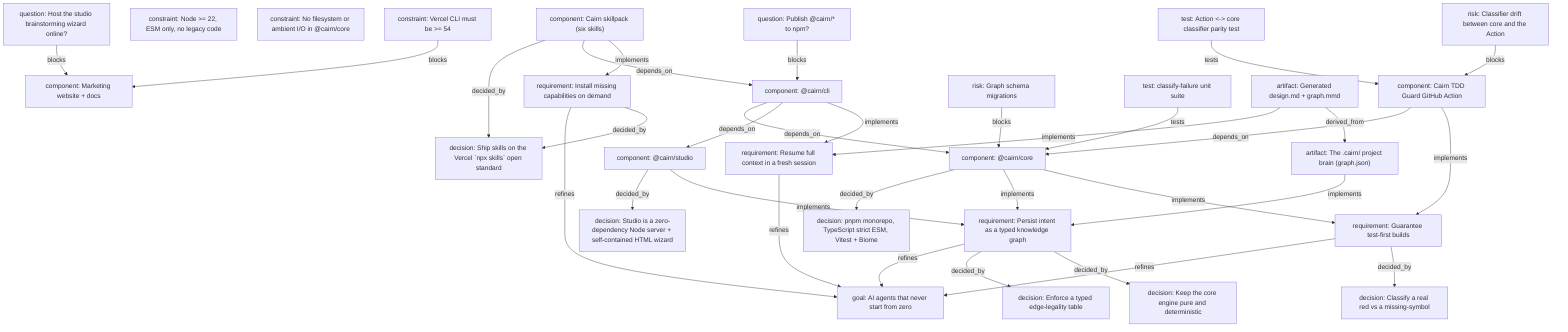
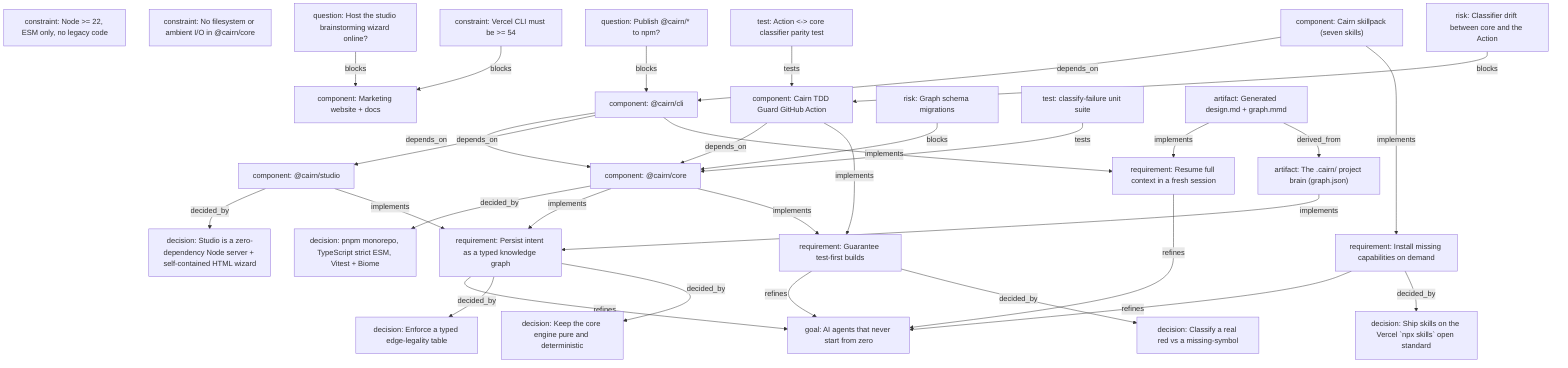
flowchart TD
  n_goal__ai_agents_that_never_start_from_zero["goal: AI agents that never start from zero"]
  n_requirement__persist_intent_as_a_typed_knowledge_graph["requirement: Persist intent as a typed knowledge graph"]
  n_requirement__resume_full_context_in_a_fresh_session["requirement: Resume full context in a fresh session"]
  n_requirement__guarantee_test_first_builds["requirement: Guarantee test-first builds"]
  n_requirement__install_missing_capabilities_on_demand["requirement: Install missing capabilities on demand"]
  n_decision__pnpm_monorepo_typescript_strict_esm_vitest_biome["decision: pnpm monorepo, TypeScript strict ESM, Vitest + Biome"]
  n_decision__keep_the_core_engine_pure_and_deterministic["decision: Keep the core engine pure and deterministic"]
  n_decision__classify_a_real_red_vs_a_missing_symbol["decision: Classify a real red vs a missing-symbol"]
  n_decision__studio_is_a_zero_dependency_node_server_self_contained_html["decision: Studio is a zero-dependency Node server + self-contained HTML wizard"]
  n_decision__ship_skills_on_the_vercel_npx_skills_open_standard["decision: Ship skills on the Vercel `npx skills` open standard"]
  n_decision__enforce_a_typed_edge_legality_table["decision: Enforce a typed edge-legality table"]
  n_component__cairn_core["component: @cairn/core"]
  n_component__cairn_studio["component: @cairn/studio"]
  n_component__cairn_cli["component: @cairn/cli"]
-   n_component__cairn_skillpack_six_skills["component: Cairn skillpack (six skills)"]
  n_component__marketing_website_docs["component: Marketing website + docs"]
  n_component__cairn_tdd_guard_github_action["component: Cairn TDD Guard GitHub Action"]
  n_constraint__node_22_esm_only_no_legacy_code["constraint: Node >= 22, ESM only, no legacy code"]
  n_constraint__no_filesystem_or_ambient_i_o_in_cairn_core["constraint: No filesystem or ambient I/O in @cairn/core"]
  n_constraint__vercel_cli_must_be_54["constraint: Vercel CLI must be >= 54"]
  n_question__publish_cairn_to_npm["question: Publish @cairn/* to npm?"]
  n_question__host_the_studio_brainstorming_wizard_online["question: Host the studio brainstorming wizard online?"]
  n_risk__classifier_drift_between_core_and_the_action["risk: Classifier drift between core and the Action"]
  n_risk__graph_schema_migrations["risk: Graph schema migrations"]
  n_test__classify_failure_unit_suite["test: classify-failure unit suite"]
  n_test__action_core_classifier_parity_test["test: Action <-> core classifier parity test"]
  n_artifact__the_cairn_project_brain_graph_json["artifact: The .cairn/ project brain (graph.json)"]
  n_artifact__generated_design_md_graph_mmd["artifact: Generated design.md + graph.mmd"]
+   n_component__cairn_skillpack_seven_skills["component: Cairn skillpack (seven skills)"]
  n_requirement__persist_intent_as_a_typed_knowledge_graph -->|refines| n_goal__ai_agents_that_never_start_from_zero
  n_requirement__resume_full_context_in_a_fresh_session -->|refines| n_goal__ai_agents_that_never_start_from_zero
  n_requirement__guarantee_test_first_builds -->|refines| n_goal__ai_agents_that_never_start_from_zero
  n_requirement__install_missing_capabilities_on_demand -->|refines| n_goal__ai_agents_that_never_start_from_zero
  n_requirement__persist_intent_as_a_typed_knowledge_graph -->|decided_by| n_decision__enforce_a_typed_edge_legality_table
  n_requirement__persist_intent_as_a_typed_knowledge_graph -->|decided_by| n_decision__keep_the_core_engine_pure_and_deterministic
  n_requirement__guarantee_test_first_builds -->|decided_by| n_decision__classify_a_real_red_vs_a_missing_symbol
  n_component__cairn_core -->|decided_by| n_decision__pnpm_monorepo_typescript_strict_esm_vitest_biome
  n_component__cairn_studio -->|decided_by| n_decision__studio_is_a_zero_dependency_node_server_self_contained_html
  n_requirement__install_missing_capabilities_on_demand -->|decided_by| n_decision__ship_skills_on_the_vercel_npx_skills_open_standard
-   n_component__cairn_skillpack_six_skills -->|decided_by| n_decision__ship_skills_on_the_vercel_npx_skills_open_standard
  n_component__cairn_cli -->|depends_on| n_component__cairn_core
  n_component__cairn_cli -->|depends_on| n_component__cairn_studio
-   n_component__cairn_skillpack_six_skills -->|depends_on| n_component__cairn_cli
  n_component__cairn_tdd_guard_github_action -->|depends_on| n_component__cairn_core
  n_component__cairn_core -->|implements| n_requirement__persist_intent_as_a_typed_knowledge_graph
  n_component__cairn_core -->|implements| n_requirement__guarantee_test_first_builds
  n_component__cairn_studio -->|implements| n_requirement__persist_intent_as_a_typed_knowledge_graph
  n_component__cairn_cli -->|implements| n_requirement__resume_full_context_in_a_fresh_session
-   n_component__cairn_skillpack_six_skills -->|implements| n_requirement__install_missing_capabilities_on_demand
  n_component__cairn_tdd_guard_github_action -->|implements| n_requirement__guarantee_test_first_builds
  n_artifact__the_cairn_project_brain_graph_json -->|implements| n_requirement__persist_intent_as_a_typed_knowledge_graph
  n_artifact__generated_design_md_graph_mmd -->|implements| n_requirement__resume_full_context_in_a_fresh_session
  n_test__classify_failure_unit_suite -->|tests| n_component__cairn_core
  n_test__action_core_classifier_parity_test -->|tests| n_component__cairn_tdd_guard_github_action
  n_risk__classifier_drift_between_core_and_the_action -->|blocks| n_component__cairn_tdd_guard_github_action
  n_risk__graph_schema_migrations -->|blocks| n_component__cairn_core
  n_question__publish_cairn_to_npm -->|blocks| n_component__cairn_cli
  n_question__host_the_studio_brainstorming_wizard_online -->|blocks| n_component__marketing_website_docs
  n_constraint__vercel_cli_must_be_54 -->|blocks| n_component__marketing_website_docs
  n_artifact__generated_design_md_graph_mmd -->|derived_from| n_artifact__the_cairn_project_brain_graph_json
+   n_component__cairn_skillpack_seven_skills -->|depends_on| n_component__cairn_cli
+   n_component__cairn_skillpack_seven_skills -->|implements| n_requirement__install_missing_capabilities_on_demand
